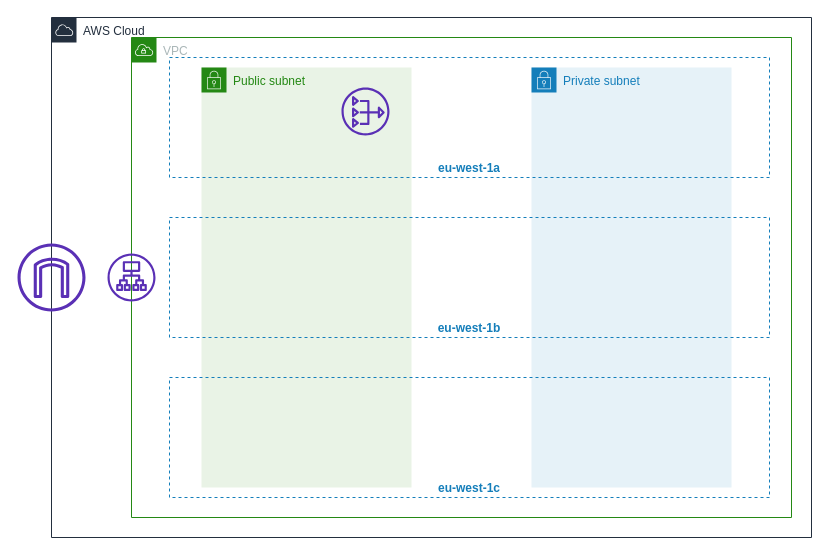
Above: gh-pages/assets/schema/schema.drawio in paloth/aws-tp (draw.io), before the change. Source tidied: cells renumbered, new cells numbered last; positions are measured from the earlier drawing's top-left corner, leaving out a move shared by most shapes. Both pictures are drawn from the tidied source at 100%, with x=0, y=0 at pixel (17, 17).
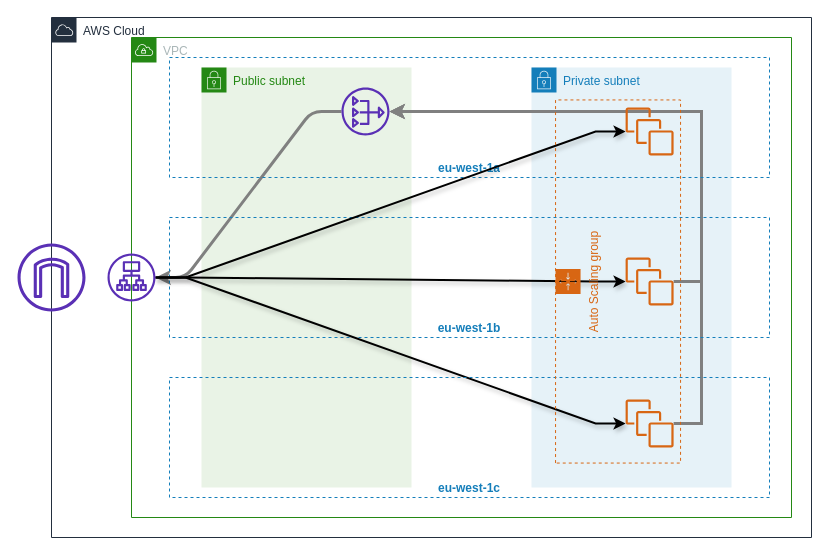
The same page after the edit.

The change refers to these unchanged cells:
```xml
<mxCell id="13" style="outlineConnect=0;fontColor=#232F3E;gradientColor=none;fillColor=#5A30B5;strokeColor=none;dashed=0;verticalLabelPosition=bottom;verticalAlign=top;align=center;html=1;fontSize=12;fontStyle=0;shape=mxgraph.aws4.nat_gateway;" parent="6" vertex="1">
  <mxGeometry x="324" y="70" width="48" height="48" as="geometry" />
</mxCell>
```

The edit, as a diff of the source:
```diff
@@
-    <mxCell id="8" style="outlineConnect=0;fontColor=#232F3E;gradientColor=none;fillColor=#5A30B5;strokeColor=none;dashed=0;verticalLabelPosition=bottom;verticalAlign=top;align=center;html=1;fontSize=12;fontStyle=0;shape=mxgraph.aws4.application_load_balancer;" parent="6" vertex="1">
-      <mxGeometry x="90" y="236" width="48" height="48" as="geometry" />
-    </mxCell>
+    <mxCell id="15" style="edgeStyle=orthogonalEdgeStyle;rounded=0;sketch=0;jettySize=auto;html=1;shadow=0;strokeWidth=3;strokeColor=#808080;" parent="6" edge="1" source="25" target="13">
+      <mxGeometry relative="1" as="geometry">
+        <Array as="points">
+          <mxPoint x="684" y="406" />
+          <mxPoint x="684" y="94" />
+        </Array>
+      </mxGeometry>
+    </mxCell>
+    <mxCell id="16" style="edgeStyle=orthogonalEdgeStyle;rounded=0;sketch=0;jettySize=auto;html=1;shadow=0;strokeWidth=3;strokeColor=#808080;" parent="6" edge="1" source="24" target="13">
+      <mxGeometry relative="1" as="geometry">
+        <Array as="points">
+          <mxPoint x="684" y="264" />
+          <mxPoint x="684" y="94" />
+        </Array>
+      </mxGeometry>
+    </mxCell>
+    <mxCell id="17" style="edgeStyle=entityRelationEdgeStyle;rounded=1;sketch=0;jettySize=auto;html=1;shadow=0;strokeWidth=3;strokeColor=#808080;" parent="6" edge="1" source="13" target="8">
+      <mxGeometry relative="1" as="geometry" />
+    </mxCell>
+    <mxCell id="10" value="eu-west-1a" style="fillColor=none;strokeColor=#147EBA;dashed=1;verticalAlign=bottom;fontStyle=1;fontColor=#147EBA;" parent="6" vertex="1">
+      <mxGeometry x="152" y="40" width="600" height="120" as="geometry" />
+    </mxCell>
+    <mxCell id="18" style="edgeStyle=orthogonalEdgeStyle;rounded=0;sketch=0;jettySize=auto;html=1;shadow=0;strokeWidth=3;strokeColor=#808080;" parent="6" edge="1" source="23" target="13">
+      <mxGeometry relative="1" as="geometry">
+        <Array as="points">
+          <mxPoint x="554" y="94" />
+          <mxPoint x="554" y="94" />
+        </Array>
+      </mxGeometry>
+    </mxCell>
@@
-    <mxCell id="10" value="eu-west-1a" style="fillColor=none;strokeColor=#147EBA;dashed=1;verticalAlign=bottom;fontStyle=1;fontColor=#147EBA;" parent="6" vertex="1">
-      <mxGeometry x="152" y="40" width="600" height="120" as="geometry" />
-    </mxCell>
+    <mxCell id="19" style="edgeStyle=entityRelationEdgeStyle;rounded=0;jettySize=auto;html=1;strokeWidth=2;sketch=0;shadow=1;" parent="6" edge="1" source="8" target="23">
+      <mxGeometry relative="1" as="geometry" />
+    </mxCell>
+    <mxCell id="20" style="edgeStyle=entityRelationEdgeStyle;rounded=0;jettySize=auto;html=1;strokeWidth=2;shadow=1;" parent="6" edge="1" source="8" target="24">
+      <mxGeometry relative="1" as="geometry" />
+    </mxCell>
+    <mxCell id="21" style="edgeStyle=entityRelationEdgeStyle;rounded=0;jettySize=auto;html=1;strokeWidth=2;shadow=1;" parent="6" edge="1" source="8" target="25">
+      <mxGeometry relative="1" as="geometry" />
+    </mxCell>
@@
+    <mxCell id="22" value="Auto Scaling group" style="gradientColor=none;html=1;whiteSpace=wrap;fontSize=12;fontStyle=0;shape=mxgraph.aws4.groupCenter;grIcon=mxgraph.aws4.group_auto_scaling_group;grStroke=1;strokeColor=#D86613;fillColor=none;verticalAlign=top;align=center;fontColor=#D86613;dashed=1;spacingTop=25;rotation=-90;" parent="14" vertex="1">
+      <mxGeometry x="419" y="201.5" width="363.1" height="125" as="geometry" />
+    </mxCell>
+    <mxCell id="23" style="outlineConnect=0;fontColor=#232F3E;gradientColor=none;fillColor=#D86613;strokeColor=none;dashed=0;verticalLabelPosition=bottom;verticalAlign=top;align=center;html=1;fontSize=12;fontStyle=0;shape=mxgraph.aws4.instances;" parent="14" vertex="1">
+      <mxGeometry x="608.1" y="90" width="48" height="48" as="geometry" />
+    </mxCell>
+    <mxCell id="24" style="outlineConnect=0;fontColor=#232F3E;gradientColor=none;fillColor=#D86613;strokeColor=none;dashed=0;verticalLabelPosition=bottom;verticalAlign=top;align=center;html=1;fontSize=12;fontStyle=0;shape=mxgraph.aws4.instances;" parent="14" vertex="1">
+      <mxGeometry x="608.1" y="240" width="48" height="48" as="geometry" />
+    </mxCell>
+    <mxCell id="25" style="outlineConnect=0;fontColor=#232F3E;gradientColor=none;fillColor=#D86613;strokeColor=none;dashed=0;verticalLabelPosition=bottom;verticalAlign=top;align=center;html=1;fontSize=12;fontStyle=0;shape=mxgraph.aws4.instances;" parent="14" vertex="1">
+      <mxGeometry x="608.1" y="382" width="48" height="48" as="geometry" />
+    </mxCell>
+    <mxCell id="8" style="outlineConnect=0;fontColor=#232F3E;gradientColor=none;fillColor=#5A30B5;strokeColor=none;dashed=0;verticalLabelPosition=bottom;verticalAlign=top;align=center;html=1;fontSize=12;fontStyle=0;shape=mxgraph.aws4.application_load_balancer;" parent="14" vertex="1">
+      <mxGeometry x="90" y="236" width="48" height="48" as="geometry" />
+    </mxCell>
```
